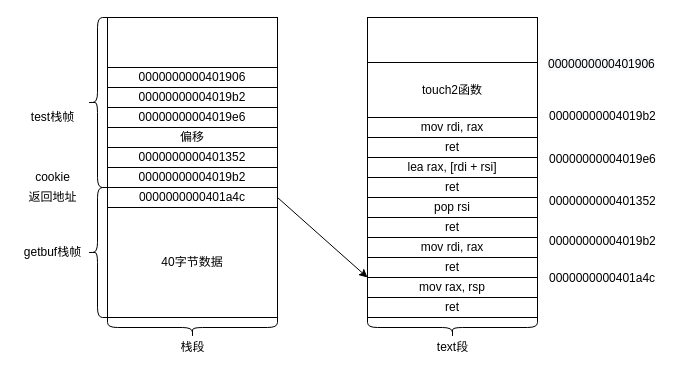
Above: blog/AttackLabLevel5.drawio in Zephyrccc/ImageHostingService (draw.io), before the change. Source tidied: cells renumbered, new cells numbered last; positions are measured from the earlier drawing's top-left corner, leaving out a move shared by most shapes. Both pictures are drawn from the tidied source at 100%, with x=0, y=0 at pixel (17, 17).
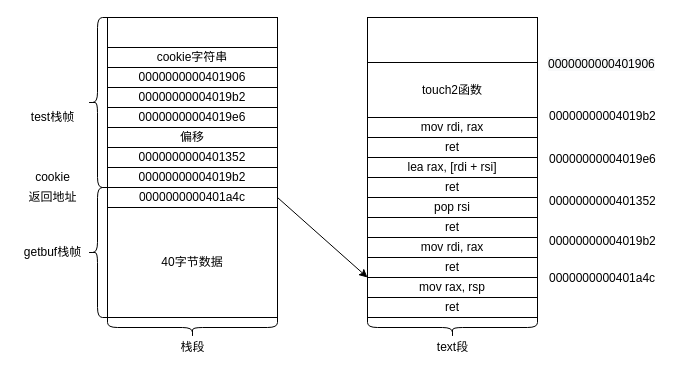
The same diagram, later.

What changed in the source:
```diff
@@
+    <mxCell id="40" value="&lt;span style=&quot;text-align: left&quot;&gt;cookie字符串&lt;/span&gt;" style="rounded=0;whiteSpace=wrap;html=1;" parent="1" vertex="1">
+      <mxGeometry x="90" y="30" width="170" height="20" as="geometry" />
+    </mxCell>
```
